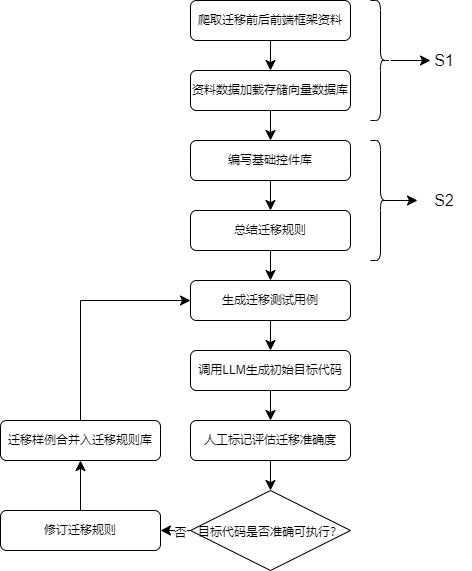
fydgmy/jubilant-potato keeps this draw.io diagram as 专利2.drawio.png. Above is the earlier version. Source tidied: cells renumbered, new cells last; positions are measured from the earlier drawing's top-left corner, leaving out a move shared by most shapes.
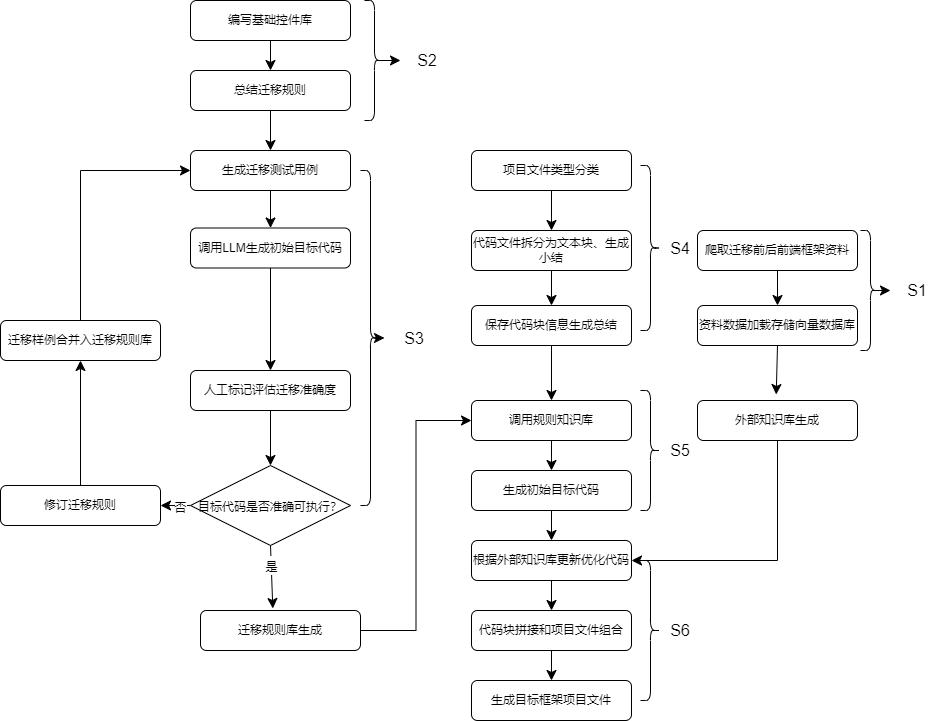
After the commit.

What changed in the source:
```diff
@@ -6,63 +6,61 @@
       <mxGeometry relative="1" as="geometry" />
     </mxCell>
     <mxCell id="3" value="爬取迁移前后前端框架资料" style="rounded=1;whiteSpace=wrap;html=1;fontSize=12;glass=0;strokeWidth=1;shadow=0;" parent="1" vertex="1">
-      <mxGeometry x="190" width="160" height="40" as="geometry" />
+      <mxGeometry x="697" y="430" width="160" height="40" as="geometry" />
     </mxCell>
-    <mxCell id="4" style="edgeStyle=none;curved=1;rounded=0;jettySize=auto;html=1;exitX=0.5;exitY=1;exitDx=0;exitDy=0;entryX=0.5;entryY=0;entryDx=0;entryDy=0;fontSize=12;startSize=8;endSize=8;" parent="1" edge="1" source="5" target="7">
-      <mxGeometry relative="1" as="geometry" />
-    </mxCell>
+    <mxCell id="29" style="edgeStyle=none;curved=1;rounded=0;jettySize=auto;html=1;exitX=0.5;exitY=1;exitDx=0;exitDy=0;entryX=0.492;entryY=-0.15;entryDx=0;entryDy=0;entryPerimeter=0;fontSize=12;startSize=8;endSize=8;" parent="1" edge="1" source="5" target="50">
+      <mxGeometry relative="1" as="geometry" />
+    </mxCell>
     <mxCell id="5" value="资料数据加载存储向量数据库" style="rounded=1;whiteSpace=wrap;html=1;fontSize=12;glass=0;strokeWidth=1;shadow=0;" parent="1" vertex="1">
-      <mxGeometry x="190" y="70" width="160" height="40" as="geometry" />
+      <mxGeometry x="697" y="505" width="160" height="40" as="geometry" />
     </mxCell>
     <mxCell id="6" style="edgeStyle=none;curved=1;rounded=0;jettySize=auto;html=1;exitX=0.5;exitY=1;exitDx=0;exitDy=0;entryX=0.5;entryY=0;entryDx=0;entryDy=0;fontSize=12;startSize=8;endSize=8;" parent="1" edge="1" source="7" target="12">
       <mxGeometry relative="1" as="geometry" />
     </mxCell>
     <mxCell id="7" value="编写基础控件库" style="rounded=1;whiteSpace=wrap;html=1;fontSize=12;glass=0;strokeWidth=1;shadow=0;" parent="1" vertex="1">
-      <mxGeometry x="190" y="140" width="160" height="40" as="geometry" />
+      <mxGeometry x="190" y="200" width="160" height="40" as="geometry" />
     </mxCell>
-    <mxCell id="8" style="edgeStyle=none;curved=1;rounded=0;jettySize=auto;html=1;fontSize=12;startSize=8;endSize=8;" parent="1" edge="1" source="9">
-      <mxGeometry relative="1" as="geometry">
-        <mxPoint x="430" y="60" as="targetPoint" />
-      </mxGeometry>
-    </mxCell>
+    <mxCell id="30" style="edgeStyle=none;curved=1;rounded=0;jettySize=auto;html=1;exitX=0.1;exitY=0.5;exitDx=0;exitDy=0;exitPerimeter=0;fontSize=12;startSize=8;endSize=8;" parent="1" edge="1" source="9" target="10">
+      <mxGeometry relative="1" as="geometry" />
+    </mxCell>
     <mxCell id="9" style="shape=curlyBracket;whiteSpace=wrap;html=1;rounded=1;flipH=1;labelPosition=right;verticalLabelPosition=middle;align=left;verticalAlign=middle;fontSize=16;" parent="1" vertex="1">
-      <mxGeometry x="370" width="20" height="120" as="geometry" />
+      <mxGeometry x="860" y="430" width="20" height="120" as="geometry" />
     </mxCell>
     <mxCell id="10" value="S1" style="text;strokeColor=none;fillColor=none;html=1;align=center;verticalAlign=middle;whiteSpace=wrap;rounded=0;fontSize=16;" parent="1" vertex="1">
-      <mxGeometry x="417" y="45" width="54" height="30" as="geometry" />
+      <mxGeometry x="890" y="475" width="54" height="30" as="geometry" />
     </mxCell>
     <mxCell id="11" style="edgeStyle=none;curved=1;rounded=0;jettySize=auto;html=1;exitX=0.5;exitY=1;exitDx=0;exitDy=0;entryX=0.5;entryY=0;entryDx=0;entryDy=0;fontSize=12;startSize=8;endSize=8;" parent="1" edge="1" source="12" target="14">
       <mxGeometry relative="1" as="geometry" />
     </mxCell>
     <mxCell id="12" value="总结迁移规则" style="rounded=1;whiteSpace=wrap;html=1;fontSize=12;glass=0;strokeWidth=1;shadow=0;" parent="1" vertex="1">
-      <mxGeometry x="190" y="210" width="160" height="40" as="geometry" />
+      <mxGeometry x="190" y="270" width="160" height="40" as="geometry" />
     </mxCell>
     <mxCell id="13" style="edgeStyle=none;curved=1;rounded=0;jettySize=auto;html=1;exitX=0.5;exitY=1;exitDx=0;exitDy=0;entryX=0.5;entryY=0;entryDx=0;entryDy=0;fontSize=12;startSize=8;endSize=8;" parent="1" edge="1" source="14" target="19">
       <mxGeometry relative="1" as="geometry" />
     </mxCell>
     <mxCell id="14" value="生成迁移测试用例" style="rounded=1;whiteSpace=wrap;html=1;fontSize=12;glass=0;strokeWidth=1;shadow=0;" parent="1" vertex="1">
-      <mxGeometry x="190" y="280" width="160" height="40" as="geometry" />
+      <mxGeometry x="190" y="350" width="160" height="40" as="geometry" />
     </mxCell>
     <mxCell id="15" style="edgeStyle=none;curved=1;rounded=0;jettySize=auto;html=1;exitX=0.1;exitY=0.5;exitDx=0;exitDy=0;exitPerimeter=0;fontSize=12;startSize=8;endSize=8;" parent="1" edge="1" source="16" target="17">
       <mxGeometry relative="1" as="geometry" />
     </mxCell>
     <mxCell id="16" style="shape=curlyBracket;whiteSpace=wrap;html=1;rounded=1;flipH=1;labelPosition=right;verticalLabelPosition=middle;align=left;verticalAlign=middle;fontSize=16;" parent="1" vertex="1">
-      <mxGeometry x="370" y="140" width="20" height="120" as="geometry" />
+      <mxGeometry x="364" y="200" width="20" height="120" as="geometry" />
     </mxCell>
     <mxCell id="17" value="S2" style="text;strokeColor=none;fillColor=none;html=1;align=center;verticalAlign=middle;whiteSpace=wrap;rounded=0;fontSize=16;" parent="1" vertex="1">
-      <mxGeometry x="417" y="185" width="54" height="30" as="geometry" />
+      <mxGeometry x="400" y="245" width="54" height="30" as="geometry" />
     </mxCell>
     <mxCell id="18" style="edgeStyle=none;curved=1;rounded=0;jettySize=auto;html=1;exitX=0.5;exitY=1;exitDx=0;exitDy=0;entryX=0.5;entryY=0;entryDx=0;entryDy=0;fontSize=12;startSize=8;endSize=8;" parent="1" edge="1" source="19" target="21">
       <mxGeometry relative="1" as="geometry" />
     </mxCell>
     <mxCell id="19" value="调用LLM生成初始目标代码" style="rounded=1;whiteSpace=wrap;html=1;fontSize=12;glass=0;strokeWidth=1;shadow=0;" parent="1" vertex="1">
-      <mxGeometry x="190" y="350" width="160" height="40" as="geometry" />
+      <mxGeometry x="190" y="427.5" width="160" height="40" as="geometry" />
     </mxCell>
     <mxCell id="20" style="edgeStyle=none;curved=1;rounded=0;jettySize=auto;html=1;exitX=0.5;exitY=1;exitDx=0;exitDy=0;entryX=0.5;entryY=0;entryDx=0;entryDy=0;fontSize=12;startSize=8;endSize=8;" parent="1" edge="1" source="21" target="24">
       <mxGeometry relative="1" as="geometry" />
     </mxCell>
     <mxCell id="21" value="人工标记评估迁移准确度" style="rounded=1;whiteSpace=wrap;html=1;fontSize=12;glass=0;strokeWidth=1;shadow=0;" parent="1" vertex="1">
-      <mxGeometry x="190" y="420" width="160" height="40" as="geometry" />
+      <mxGeometry x="190" y="570" width="160" height="40" as="geometry" />
     </mxCell>
     <mxCell id="22" style="edgeStyle=none;curved=1;rounded=0;jettySize=auto;html=1;entryX=1;entryY=0.5;entryDx=0;entryDy=0;fontSize=12;startSize=8;endSize=8;" parent="1" edge="1" source="24" target="26">
       <mxGeometry relative="1" as="geometry" />
@@ -70,24 +68,124 @@
     <mxCell id="23" value="&lt;font style=&quot;font-size: 12px;&quot;&gt;否&lt;/font&gt;" style="edgeLabel;html=1;align=center;verticalAlign=middle;fontSize=16;" parent="22" vertex="1">
       <mxGeometry x="-0.24" relative="1" as="geometry" />
     </mxCell>
+    <mxCell id="31" style="edgeStyle=none;curved=1;rounded=0;jettySize=auto;html=1;exitX=0.5;exitY=1;exitDx=0;exitDy=0;fontSize=12;startSize=8;endSize=8;entryX=0.452;entryY=-0.05;entryDx=0;entryDy=0;entryPerimeter=0;" parent="1" edge="1" source="24" target="44">
+      <mxGeometry relative="1" as="geometry" />
+    </mxCell>
+    <mxCell id="32" value="&lt;font style=&quot;font-size: 12px;&quot;&gt;是&lt;/font&gt;" style="edgeLabel;html=1;align=center;verticalAlign=middle;fontSize=16;" parent="31" vertex="1">
+      <mxGeometry x="-0.36" relative="1" as="geometry" />
+    </mxCell>
     <mxCell id="24" value="&lt;font style=&quot;font-size: 12px;&quot;&gt;目标代码是否准确可执行？&lt;/font&gt;" style="rhombus;whiteSpace=wrap;html=1;fontSize=16;" parent="1" vertex="1">
-      <mxGeometry x="190" y="490" width="160" height="80" as="geometry" />
+      <mxGeometry x="190" y="665" width="160" height="80" as="geometry" />
     </mxCell>
     <mxCell id="25" style="edgeStyle=none;curved=1;rounded=0;jettySize=auto;html=1;fontSize=12;startSize=8;endSize=8;" parent="1" edge="1" source="26" target="28">
       <mxGeometry relative="1" as="geometry" />
     </mxCell>
     <mxCell id="26" value="修订迁移规则" style="rounded=1;whiteSpace=wrap;html=1;fontSize=12;glass=0;strokeWidth=1;shadow=0;" parent="1" vertex="1">
-      <mxGeometry y="510" width="160" height="40" as="geometry" />
+      <mxGeometry y="685" width="160" height="40" as="geometry" />
     </mxCell>
     <mxCell id="27" style="edgeStyle=elbowEdgeStyle;rounded=0;jettySize=auto;html=1;entryX=0;entryY=0.5;entryDx=0;entryDy=0;fontSize=12;startSize=8;endSize=8;exitX=0.5;exitY=0;exitDx=0;exitDy=0;" parent="1" edge="1" source="28" target="14">
       <mxGeometry relative="1" as="geometry">
         <Array as="points">
-          <mxPoint x="80" y="320" />
+          <mxPoint x="80" y="380" />
         </Array>
       </mxGeometry>
     </mxCell>
     <mxCell id="28" value="迁移样例合并入迁移规则库" style="rounded=1;whiteSpace=wrap;html=1;fontSize=12;glass=0;strokeWidth=1;shadow=0;" parent="1" vertex="1">
-      <mxGeometry y="420" width="160" height="40" as="geometry" />
+      <mxGeometry y="520" width="160" height="40" as="geometry" />
     </mxCell>
+    <mxCell id="33" style="edgeStyle=none;curved=1;rounded=0;jettySize=auto;html=1;entryX=0.5;entryY=0;entryDx=0;entryDy=0;fontSize=12;startSize=8;endSize=8;" parent="1" edge="1" source="34" target="36">
+      <mxGeometry relative="1" as="geometry" />
+    </mxCell>
+    <mxCell id="34" value="项目文件类型分类" style="rounded=1;whiteSpace=wrap;html=1;fontSize=12;glass=0;strokeWidth=1;shadow=0;" parent="1" vertex="1">
+      <mxGeometry x="471" y="350" width="160" height="40" as="geometry" />
+    </mxCell>
+    <mxCell id="35" style="edgeStyle=none;curved=1;rounded=0;jettySize=auto;html=1;exitX=0.5;exitY=1;exitDx=0;exitDy=0;entryX=0.5;entryY=0;entryDx=0;entryDy=0;fontSize=12;startSize=8;endSize=8;" parent="1" edge="1" source="36" target="38">
+      <mxGeometry relative="1" as="geometry" />
+    </mxCell>
+    <mxCell id="36" value="代码文件拆分为文本块、生成小结" style="rounded=1;whiteSpace=wrap;html=1;fontSize=12;glass=0;strokeWidth=1;shadow=0;" parent="1" vertex="1">
+      <mxGeometry x="471" y="430" width="160" height="40" as="geometry" />
+    </mxCell>
+    <mxCell id="37" style="edgeStyle=none;curved=1;rounded=0;jettySize=auto;html=1;exitX=0.5;exitY=1;exitDx=0;exitDy=0;fontSize=12;startSize=8;endSize=8;" parent="1" edge="1" source="38" target="46">
+      <mxGeometry relative="1" as="geometry" />
+    </mxCell>
+    <mxCell id="38" value="保存代码块信息生成总结" style="rounded=1;whiteSpace=wrap;html=1;fontSize=12;glass=0;strokeWidth=1;shadow=0;" parent="1" vertex="1">
+      <mxGeometry x="471" y="505" width="160" height="40" as="geometry" />
+    </mxCell>
+    <mxCell id="39" style="edgeStyle=none;curved=1;rounded=0;orthogonalLoop=1;jettySize=auto;html=1;exitX=0.5;exitY=1;exitDx=0;exitDy=0;fontSize=12;startSize=8;endSize=8;" parent="1" edge="1" source="38" target="38">
+      <mxGeometry relative="1" as="geometry" />
+    </mxCell>
+    <mxCell id="40" style="edgeStyle=none;curved=1;rounded=0;jettySize=auto;html=1;exitX=0.1;exitY=0.5;exitDx=0;exitDy=0;exitPerimeter=0;entryX=0;entryY=0.5;entryDx=0;entryDy=0;fontSize=12;startSize=8;endSize=8;" parent="1" edge="1" source="41" target="42">
+      <mxGeometry relative="1" as="geometry" />
+    </mxCell>
+    <mxCell id="41" style="shape=curlyBracket;whiteSpace=wrap;html=1;rounded=1;flipH=1;labelPosition=right;verticalLabelPosition=middle;align=left;verticalAlign=middle;fontSize=16;" parent="1" vertex="1">
+      <mxGeometry x="360" y="370" width="20" height="335" as="geometry" />
+    </mxCell>
+    <mxCell id="42" value="S3" style="text;strokeColor=none;fillColor=none;html=1;align=center;verticalAlign=middle;whiteSpace=wrap;rounded=0;fontSize=16;" parent="1" vertex="1">
+      <mxGeometry x="384" y="522.5" width="60" height="30" as="geometry" />
+    </mxCell>
+    <mxCell id="43" style="edgeStyle=orthogonalEdgeStyle;rounded=0;jettySize=auto;html=1;entryX=0;entryY=0.5;entryDx=0;entryDy=0;fontSize=12;startSize=8;endSize=8;" parent="1" edge="1" source="44" target="46">
+      <mxGeometry relative="1" as="geometry" />
+    </mxCell>
+    <mxCell id="44" value="迁移规则库生成" style="rounded=1;whiteSpace=wrap;html=1;fontSize=12;glass=0;strokeWidth=1;shadow=0;" parent="1" vertex="1">
+      <mxGeometry x="200" y="810" width="160" height="40" as="geometry" />
+    </mxCell>
+    <mxCell id="45" style="edgeStyle=none;curved=1;rounded=0;jettySize=auto;html=1;exitX=0.5;exitY=1;exitDx=0;exitDy=0;entryX=0.5;entryY=0;entryDx=0;entryDy=0;fontSize=12;startSize=8;endSize=8;" parent="1" edge="1" source="46" target="52">
+      <mxGeometry relative="1" as="geometry" />
+    </mxCell>
+    <mxCell id="46" value="调用规则知识库" style="rounded=1;whiteSpace=wrap;html=1;fontSize=12;glass=0;strokeWidth=1;shadow=0;" parent="1" vertex="1">
+      <mxGeometry x="471" y="600" width="160" height="40" as="geometry" />
+    </mxCell>
+    <mxCell id="47" style="shape=curlyBracket;whiteSpace=wrap;html=1;rounded=1;flipH=1;labelPosition=right;verticalLabelPosition=middle;align=left;verticalAlign=middle;fontSize=16;" parent="1" vertex="1">
+      <mxGeometry x="640" y="365" width="20" height="165" as="geometry" />
+    </mxCell>
+    <mxCell id="48" value="&lt;font style=&quot;font-size: 16px;&quot;&gt;S4&lt;/font&gt;" style="text;strokeColor=none;fillColor=none;html=1;align=center;verticalAlign=middle;whiteSpace=wrap;rounded=0;fontSize=16;" parent="1" vertex="1">
+      <mxGeometry x="650" y="432.5" width="60" height="30" as="geometry" />
+    </mxCell>
+    <mxCell id="49" style="edgeStyle=orthogonalEdgeStyle;rounded=0;jettySize=auto;html=1;entryX=1;entryY=0.5;entryDx=0;entryDy=0;fontSize=12;startSize=8;endSize=8;" parent="1" edge="1" source="50" target="54">
+      <mxGeometry relative="1" as="geometry">
+        <Array as="points">
+          <mxPoint x="777" y="760" />
+        </Array>
+      </mxGeometry>
+    </mxCell>
+    <mxCell id="50" value="外部知识库生成" style="rounded=1;whiteSpace=wrap;html=1;fontSize=12;glass=0;strokeWidth=1;shadow=0;" parent="1" vertex="1">
+      <mxGeometry x="697" y="600" width="160" height="40" as="geometry" />
+    </mxCell>
+    <mxCell id="51" style="edgeStyle=none;curved=1;rounded=0;jettySize=auto;html=1;entryX=0.5;entryY=0;entryDx=0;entryDy=0;fontSize=12;startSize=8;endSize=8;" parent="1" edge="1" source="52" target="54">
+      <mxGeometry relative="1" as="geometry" />
+    </mxCell>
+    <mxCell id="52" value="生成初始目标代码" style="rounded=1;whiteSpace=wrap;html=1;fontSize=12;glass=0;strokeWidth=1;shadow=0;" parent="1" vertex="1">
+      <mxGeometry x="471" y="670" width="160" height="40" as="geometry" />
+    </mxCell>
+    <mxCell id="53" style="edgeStyle=none;curved=1;rounded=0;jettySize=auto;html=1;exitX=0.5;exitY=1;exitDx=0;exitDy=0;entryX=0.5;entryY=0;entryDx=0;entryDy=0;fontSize=12;startSize=8;endSize=8;" parent="1" edge="1" source="54" target="59">
+      <mxGeometry relative="1" as="geometry" />
+    </mxCell>
+    <mxCell id="54" value="根据外部知识库更新优化代码" style="rounded=1;whiteSpace=wrap;html=1;fontSize=12;glass=0;strokeWidth=1;shadow=0;" parent="1" vertex="1">
+      <mxGeometry x="471" y="740" width="160" height="40" as="geometry" />
+    </mxCell>
+    <mxCell id="55" style="shape=curlyBracket;whiteSpace=wrap;html=1;rounded=1;flipH=1;labelPosition=right;verticalLabelPosition=middle;align=left;verticalAlign=middle;fontSize=16;" parent="1" vertex="1">
+      <mxGeometry x="640" y="590" width="20" height="120" as="geometry" />
+    </mxCell>
+    <mxCell id="56" value="&lt;font style=&quot;font-size: 16px;&quot;&gt;S5&lt;/font&gt;" style="text;strokeColor=none;fillColor=none;html=1;align=center;verticalAlign=middle;whiteSpace=wrap;rounded=0;fontSize=16;" parent="1" vertex="1">
+      <mxGeometry x="650" y="635" width="60" height="30" as="geometry" />
+    </mxCell>
+    <mxCell id="57" style="edgeStyle=none;curved=1;rounded=0;orthogonalLoop=1;jettySize=auto;html=1;exitX=0;exitY=0.5;exitDx=0;exitDy=0;fontSize=12;startSize=8;endSize=8;" parent="1" edge="1" source="56" target="56">
+      <mxGeometry relative="1" as="geometry" />
+    </mxCell>
+    <mxCell id="58" style="edgeStyle=none;curved=1;rounded=0;jettySize=auto;html=1;fontSize=12;startSize=8;endSize=8;" parent="1" edge="1" source="59" target="60">
+      <mxGeometry relative="1" as="geometry" />
+    </mxCell>
+    <mxCell id="59" value="代码块拼接和项目文件组合" style="rounded=1;whiteSpace=wrap;html=1;fontSize=12;glass=0;strokeWidth=1;shadow=0;" parent="1" vertex="1">
+      <mxGeometry x="471" y="810" width="160" height="40" as="geometry" />
+    </mxCell>
+    <mxCell id="60" value="生成目标框架项目文件" style="rounded=1;whiteSpace=wrap;html=1;fontSize=12;glass=0;strokeWidth=1;shadow=0;" parent="1" vertex="1">
+      <mxGeometry x="471" y="880" width="160" height="40" as="geometry" />
+    </mxCell>
+    <mxCell id="61" style="shape=curlyBracket;whiteSpace=wrap;html=1;rounded=1;flipH=1;labelPosition=right;verticalLabelPosition=middle;align=left;verticalAlign=middle;fontSize=16;" parent="1" vertex="1">
+      <mxGeometry x="640" y="760" width="20" height="140" as="geometry" />
+    </mxCell>
+    <mxCell id="62" value="S6" style="text;strokeColor=none;fillColor=none;html=1;align=center;verticalAlign=middle;whiteSpace=wrap;rounded=0;fontSize=16;" parent="1" vertex="1">
+      <mxGeometry x="650" y="815" width="60" height="30" as="geometry" />
+    </mxCell>
   </root>
 </mxGraphModel>
```
